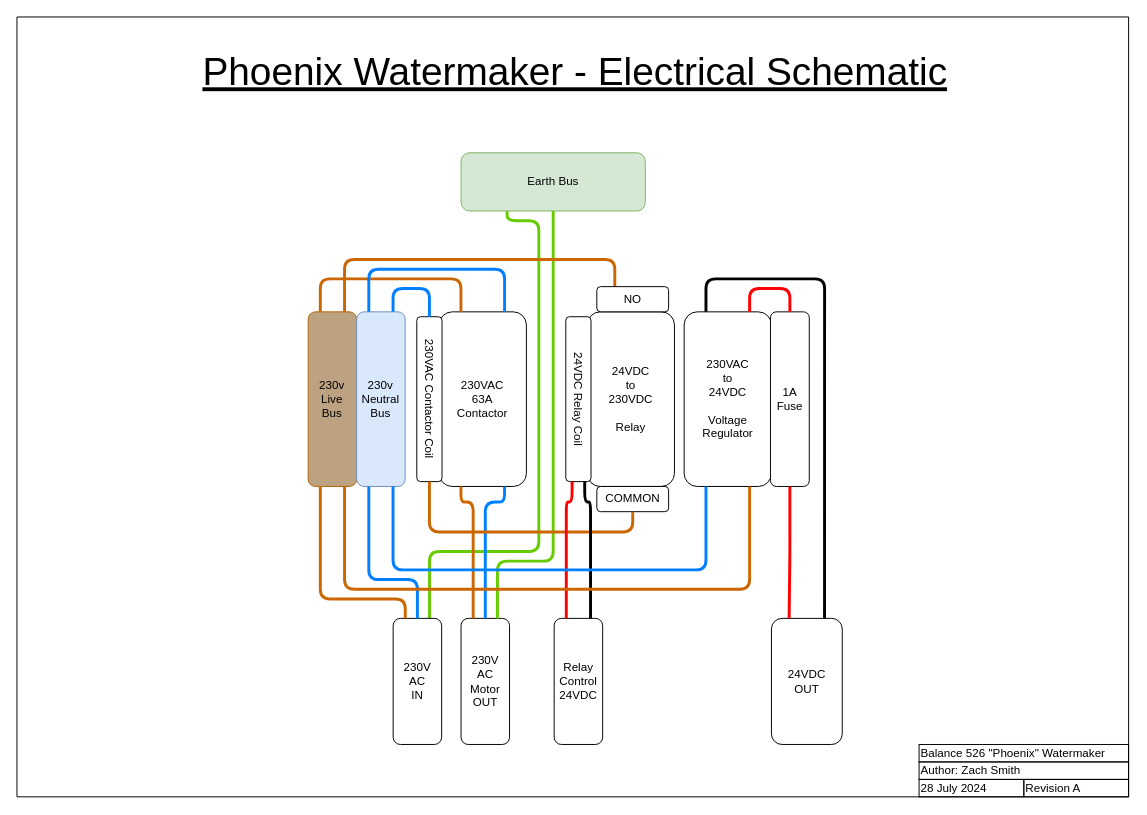
Above: page "Phoenix Electrical" (5 of 5) of Brine-o-Matic 9000.drawio in hoeken/brineomatic (draw.io), before the change. Source tidied: cells renumbered, new cells numbered last; positions are measured from the earlier drawing's top-left corner, leaving out a move shared by most shapes. Both pictures are drawn from the tidied source at 97%, with x=0, y=0 at pixel (16, 16).
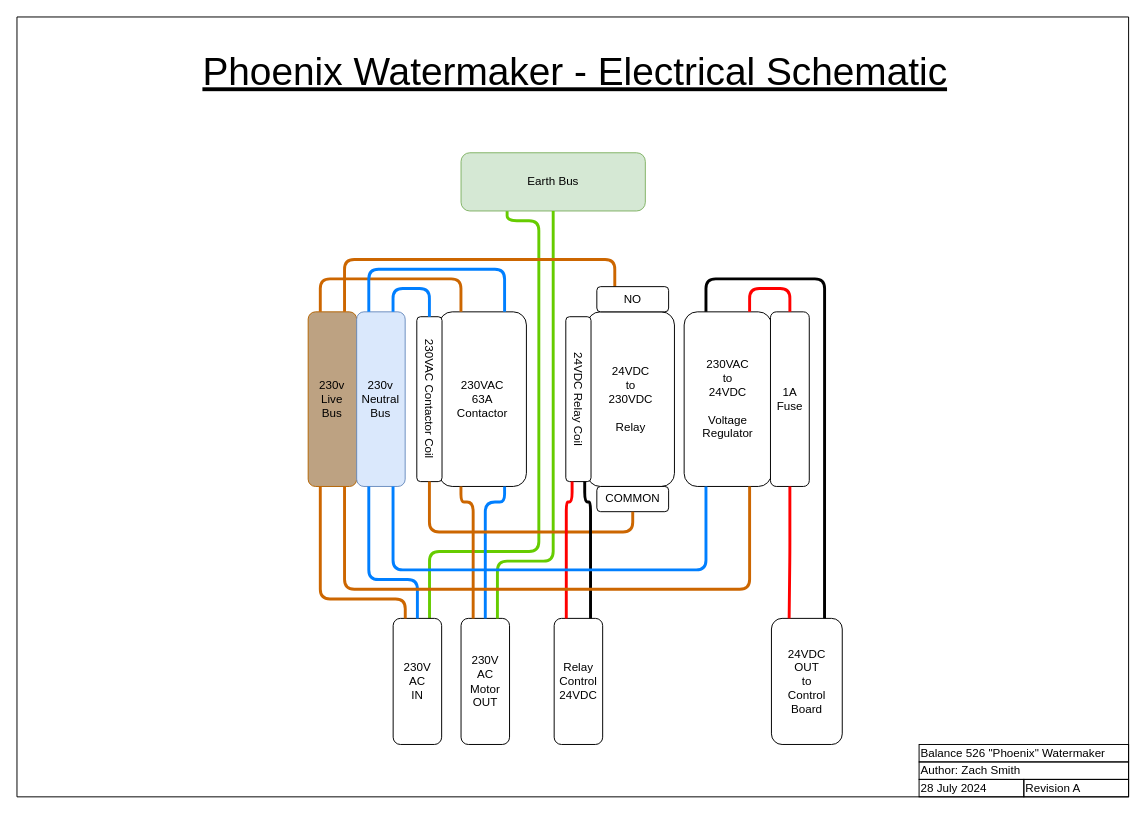
The same diagram, later.

Change to the diagram source:
```diff
@@
-    <mxCell id="24" value="24VDC&lt;br&gt;OUT" style="rounded=1;whiteSpace=wrap;html=1;" parent="1" vertex="1">
+    <mxCell id="24" value="24VDC&lt;br&gt;OUT&lt;br&gt;to&lt;br&gt;Control&lt;br&gt;Board" style="rounded=1;whiteSpace=wrap;html=1;" parent="1" vertex="1">
       <mxGeometry x="777.8" y="620" width="73" height="130" as="geometry" />
     </mxCell>
```
